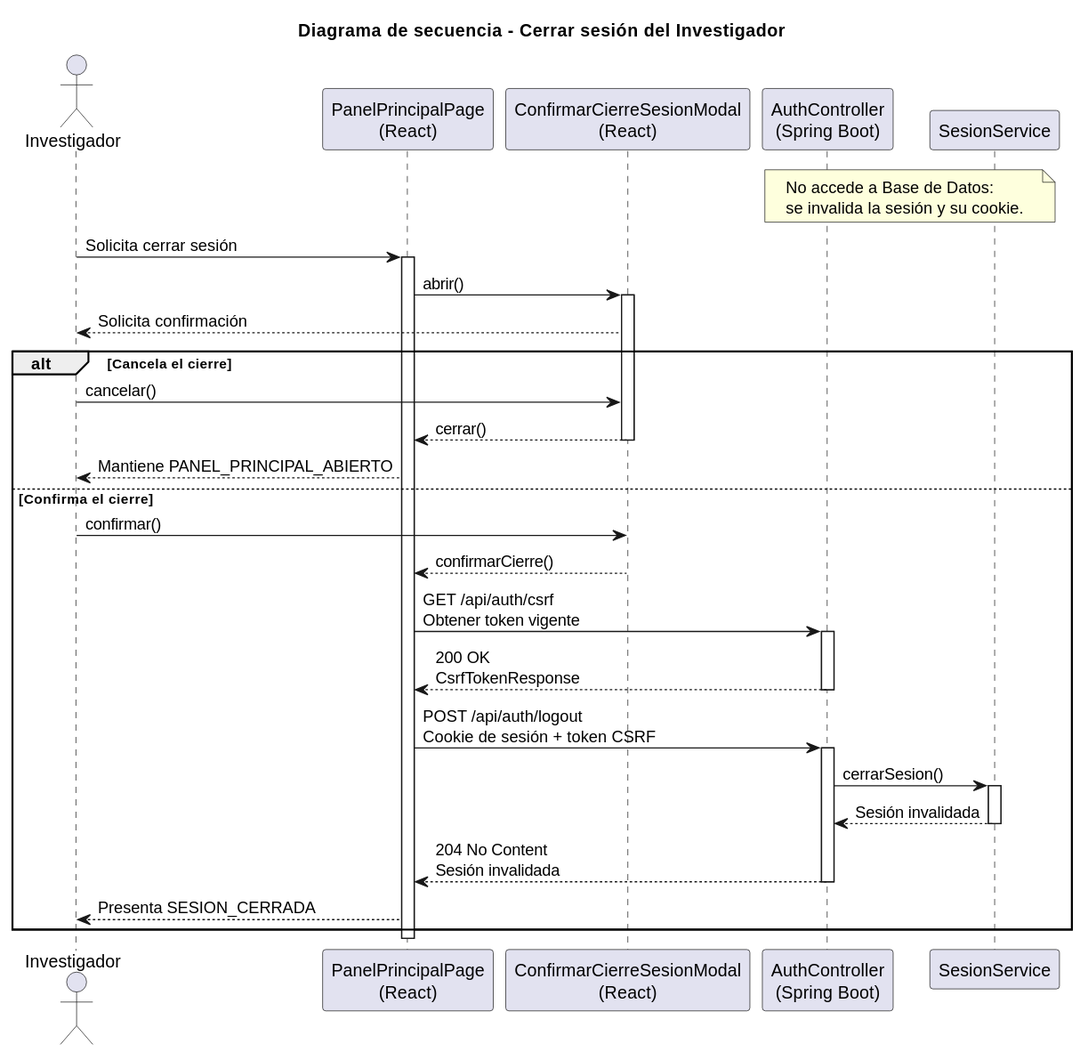
This is images/RUP/02-diseño/casos-uso/investigador/cerrarSesion/secuencia.svg from beatriizorozco/25-26-idsw2-sdVC, a PlantUML export, as it was before one commit.
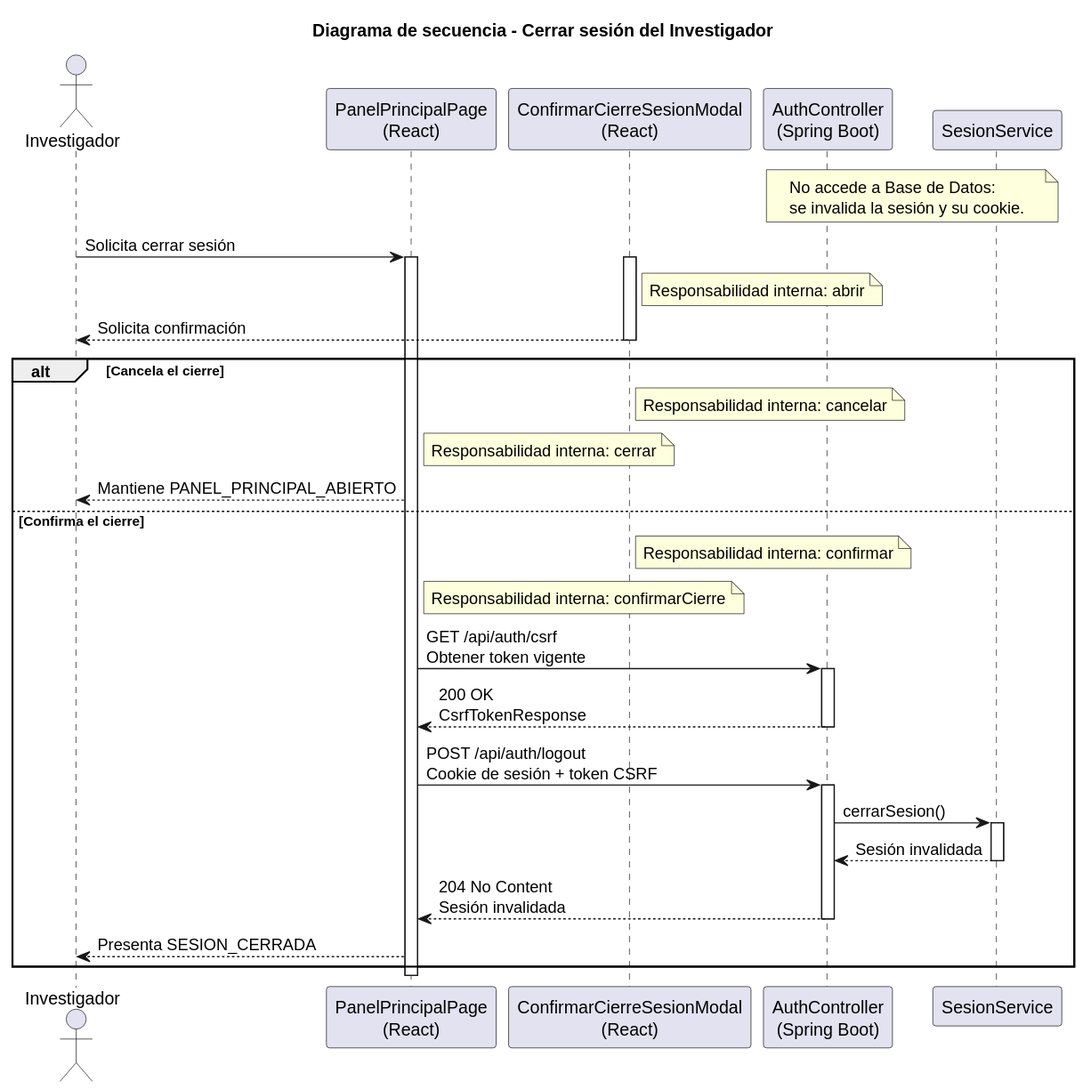
Later version of the same file.

What changed in the source:
```diff
@@ -14,18 +14,18 @@
 
 Investigador -> Frontend: Solicita cerrar sesión
 activate Frontend
-Frontend -> Modal: abrir()
+note right of Modal: Responsabilidad interna: abrir
 activate Modal
 Modal --> Investigador: Solicita confirmación
 
 alt Cancela el cierre
-    Investigador -> Modal: cancelar()
-    Modal --> Frontend: cerrar()
+note right of Modal: Responsabilidad interna: cancelar
+note right of Frontend: Responsabilidad interna: cerrar
     deactivate Modal
     Frontend --> Investigador: Mantiene PANEL_PRINCIPAL_ABIERTO
 else Confirma el cierre
-    Investigador -> Modal: confirmar()
-    Modal --> Frontend: confirmarCierre()
+note right of Modal: Responsabilidad interna: confirmar
+note right of Frontend: Responsabilidad interna: confirmarCierre
     deactivate Modal
     Frontend -> Api: GET /api/auth/csrf\nObtener token vigente
     activate Api
```
